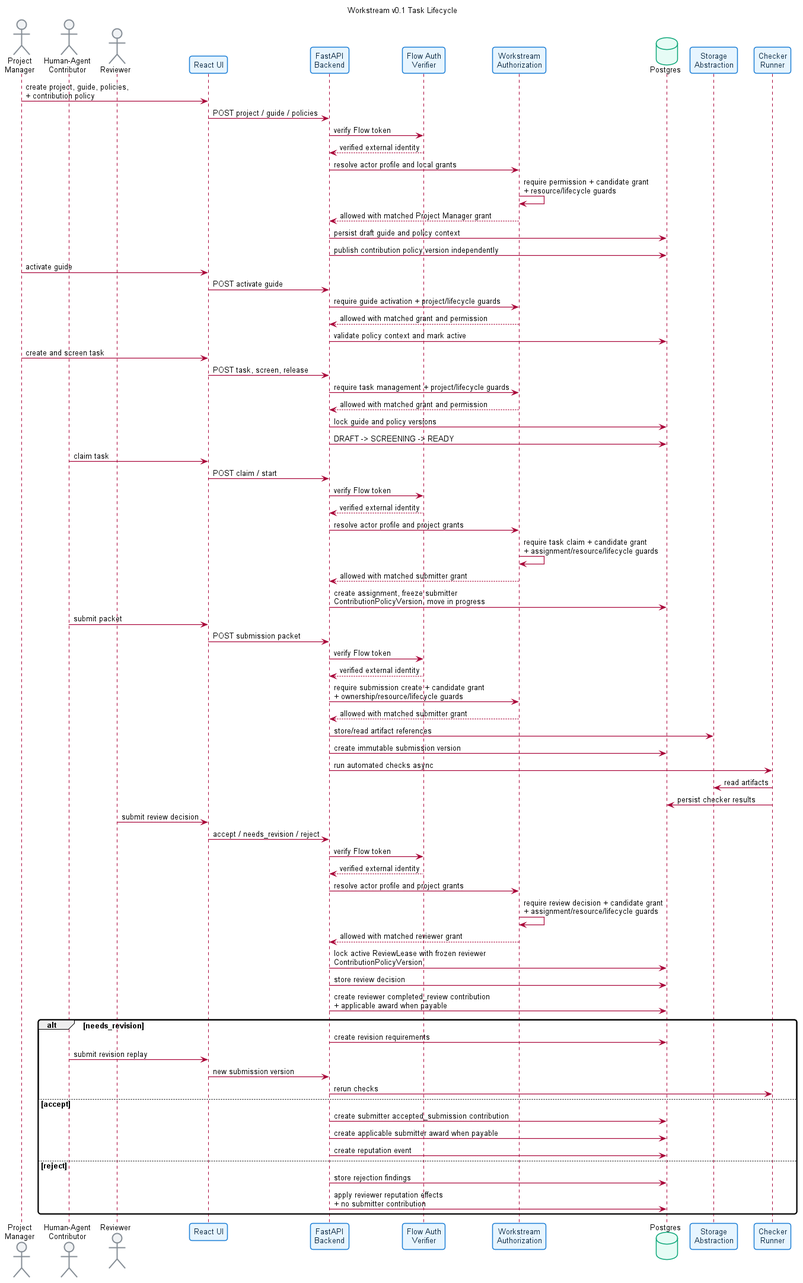
Earlier version of the PlantUML export docs/architecture_brief/images/task_lifecycle_sequence.png (jorshimayor/workstream). Its source is kept beside it as docs/architecture_brief/task_lifecycle_sequence.puml. Its diagram source:
```plantuml
@startuml task_lifecycle_sequence
title Workstream v0.1 Task Lifecycle

skinparam backgroundColor #FFFFFF
skinparam shadowing false
skinparam roundcorner 8
skinparam defaultFontName Arial
skinparam defaultFontSize 13
skinparam SequenceArrowThickness 1.2
skinparam ParticipantBorderColor #1C7ED6
skinparam ParticipantBackgroundColor #E7F5FF
skinparam ParticipantFontColor #0B2942
skinparam ActorBorderColor #868E96
skinparam ActorBackgroundColor #F1F3F5
skinparam DatabaseBorderColor #0CA678
skinparam DatabaseBackgroundColor #E6FCF5

actor "Project\nManager" as PM
actor "Human-Agent\nContributor" as Contributor
actor Reviewer
participant "React UI" as UI
participant "FastAPI\nBackend" as API
participant "Flow Auth\nVerifier" as Auth
participant "Workstream\nAuthorization" as Authorization
database "Postgres" as DB
participant "Storage\nAbstraction" as Storage
participant "Checker\nRunner" as Checks

PM -> UI : create project, guide, policies,\n+ contribution policy
UI -> API : POST project / guide / policies
API -> Auth : verify Flow token
Auth --> API : verified external identity
API -> Authorization : resolve actor profile and local grants
Authorization -> Authorization : require permission + candidate grant\n+ resource/lifecycle guards
Authorization --> API : allowed with matched Project Manager grant
API -> DB : persist draft guide and policy context
API -> DB : publish contribution policy version independently

PM -> UI : activate guide
UI -> API : POST activate guide
API -> Authorization : require guide activation + project/lifecycle guards
Authorization --> API : allowed with matched grant and permission
API -> DB : validate policy context and mark active

PM -> UI : create and screen task
UI -> API : POST task, screen, release
API -> Authorization : require task management + project/lifecycle guards
Authorization --> API : allowed with matched grant and permission
API -> DB : lock guide and policy versions
API -> DB : DRAFT -> SCREENING -> READY

Contributor -> UI : claim task
UI -> API : POST claim / start
API -> Auth : verify Flow token
Auth --> API : verified external identity
API -> Authorization : resolve actor profile and project grants
Authorization -> Authorization : require task claim + candidate grant\n+ assignment/resource/lifecycle guards
Authorization --> API : allowed with matched submitter grant
API -> DB : create assignment, freeze submitter\nContributionPolicyVersion, move in progress

Contributor -> UI : submit packet
UI -> API : POST submission packet
API -> Auth : verify Flow token
Auth --> API : verified external identity
API -> Authorization : require submission create + candidate grant\n+ ownership/resource/lifecycle guards
Authorization --> API : allowed with matched submitter grant
API -> Storage : store/read artifact references
API -> DB : create immutable submission version

API -> Checks : run automated checks async
Checks -> Storage : read artifacts
Checks -> DB : persist checker results

Reviewer -> UI : submit review decision
UI -> API : accept / needs_revision / reject
API -> Auth : verify Flow token
Auth --> API : verified external identity
API -> Authorization : resolve actor profile and project grants
Authorization -> Authorization : require review decision + candidate grant\n+ assignment/resource/lifecycle guards
Authorization --> API : allowed with matched reviewer grant
API -> DB : lock active ReviewLease with frozen reviewer\nContributionPolicyVersion
API -> DB : store review decision
API -> DB : create reviewer completed_review contribution\n+ applicable award when payable

alt needs_revision
  API -> DB : create revision requirements
  Contributor -> UI : submit revision replay
  UI -> API : new submission version
  API -> Checks : rerun checks
else accept
  API -> DB : create submitter accepted_submission contribution
  API -> DB : create applicable submitter award when payable
  API -> DB : create reputation event
else reject
  API -> DB : store rejection findings
  API -> DB : apply reviewer reputation effects\n+ no submitter contribution
end
@enduml
```
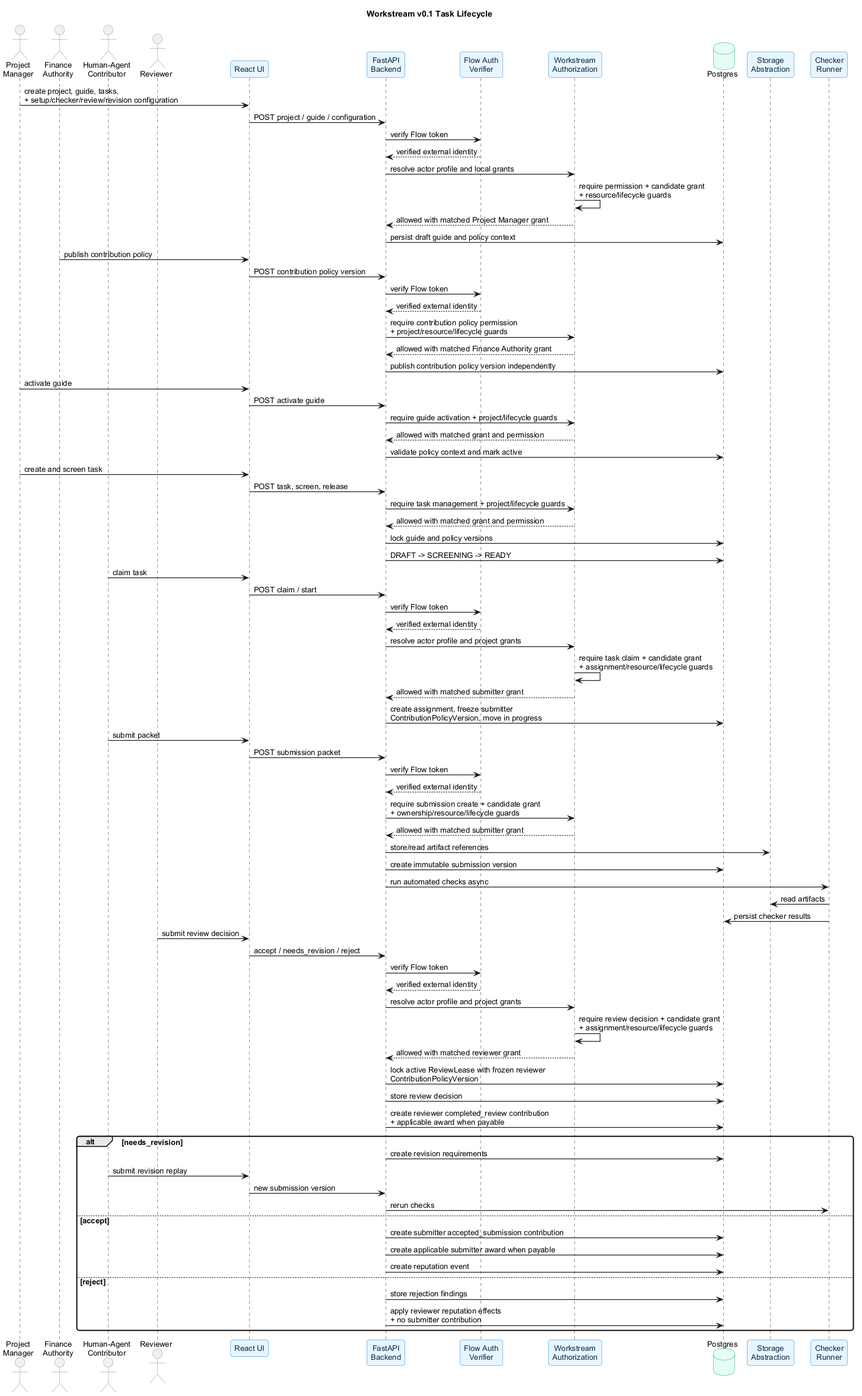
After the change.

Commit message:
Separate contribution policy authority

What changed in the source:
```diff
@@ -16,6 +16,7 @@
 skinparam DatabaseBackgroundColor #E6FCF5
 
 actor "Project\nManager" as PM
+actor "Finance\nAuthority" as Finance
 actor "Human-Agent\nContributor" as Contributor
 actor Reviewer
 participant "React UI" as UI
@@ -26,14 +27,21 @@
 participant "Storage\nAbstraction" as Storage
 participant "Checker\nRunner" as Checks
 
-PM -> UI : create project, guide, policies,\n+ contribution policy
-UI -> API : POST project / guide / policies
+PM -> UI : create project, guide, tasks,\n+ setup/checker/review/revision configuration
+UI -> API : POST project / guide / configuration
 API -> Auth : verify Flow token
 Auth --> API : verified external identity
 API -> Authorization : resolve actor profile and local grants
 Authorization -> Authorization : require permission + candidate grant\n+ resource/lifecycle guards
 Authorization --> API : allowed with matched Project Manager grant
 API -> DB : persist draft guide and policy context
+
+Finance -> UI : publish contribution policy
+UI -> API : POST contribution policy version
+API -> Auth : verify Flow token
+Auth --> API : verified external identity
+API -> Authorization : require contribution policy permission\n+ project/resource/lifecycle guards
+Authorization --> API : allowed with matched Finance Authority grant
 API -> DB : publish contribution policy version independently
 
 PM -> UI : activate guide
```
